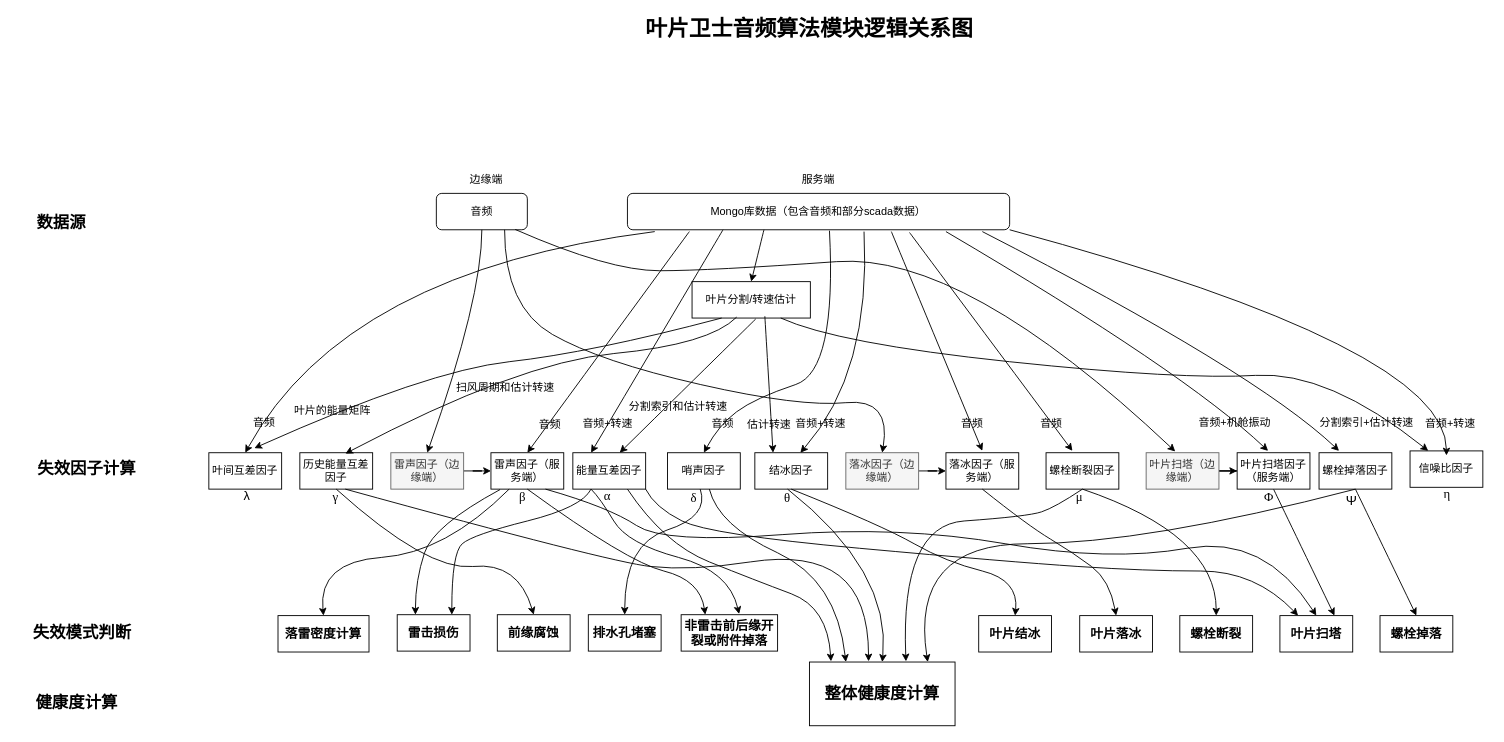
Earlier version of the draw.io diagram doc/Untitled Diagram.drawio (Davidlee2017/aria2). Source tidied: cells renumbered, new cells numbered last; positions are measured from the earlier drawing's top-left corner, leaving out a move shared by most shapes. Both pictures are drawn from the tidied source at 91%, with x=0, y=0 at pixel (15, 15).
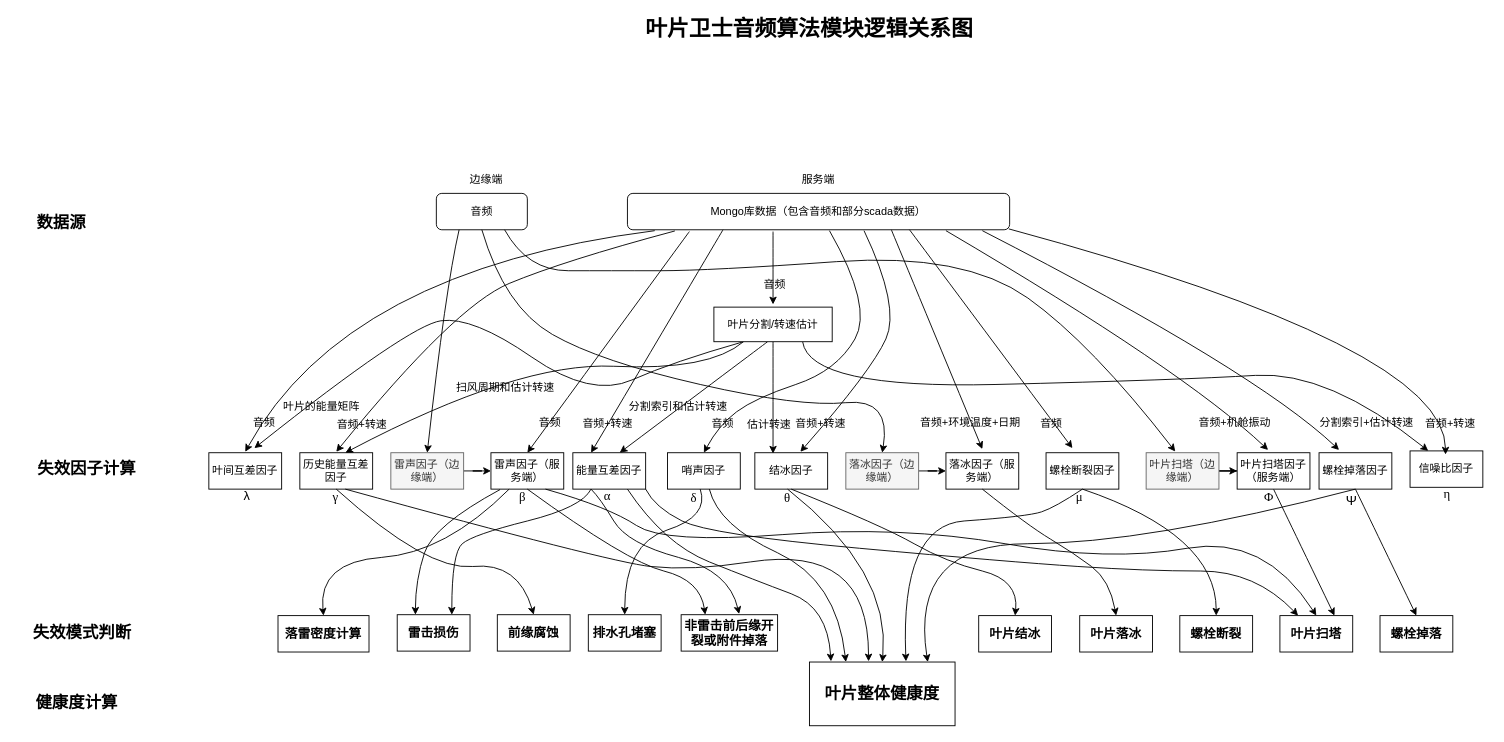
After the change.

Unchanged cells that the change refers to:
```xml
<mxCell id="2" value="信噪比因子" style="rounded=0;whiteSpace=wrap;html=1;" parent="1" vertex="1">
  <mxGeometry x="1532" y="478" width="80" height="40" as="geometry" />
</mxCell>
<mxCell id="4" value="叶间互差因子" style="rounded=0;whiteSpace=wrap;html=1;" parent="1" vertex="1">
  <mxGeometry x="212" y="480" width="80" height="40" as="geometry" />
</mxCell>
<mxCell id="7" value="雷声因子（边缘端）" style="rounded=0;whiteSpace=wrap;html=1;fillColor=#f5f5f5;fontColor=#333333;strokeColor=#666666;" parent="1" vertex="1">
  <mxGeometry x="412" y="480" width="80" height="40" as="geometry" />
</mxCell>
<mxCell id="9" value="哨声因子" style="rounded=0;whiteSpace=wrap;html=1;" parent="1" vertex="1">
  <mxGeometry x="716" y="480" width="80" height="40" as="geometry" />
</mxCell>
<mxCell id="10" value="结冰因子" style="rounded=0;whiteSpace=wrap;html=1;" parent="1" vertex="1">
  <mxGeometry x="812" y="480" width="80" height="40" as="geometry" />
</mxCell>
<mxCell id="12" value="落冰因子（边缘端）" style="rounded=0;whiteSpace=wrap;html=1;fillColor=#f5f5f5;fontColor=#333333;strokeColor=#666666;" parent="1" vertex="1">
  <mxGeometry x="912" y="480" width="80" height="40" as="geometry" />
</mxCell>
<mxCell id="17" value="叶片扫塔（边缘端）" style="rounded=0;whiteSpace=wrap;html=1;fillColor=#f5f5f5;fontColor=#333333;strokeColor=#666666;" parent="1" vertex="1">
  <mxGeometry x="1242" y="480" width="80" height="40" as="geometry" />
</mxCell>
<mxCell id="29" value="音频" style="rounded=1;whiteSpace=wrap;html=1;" parent="1" vertex="1">
  <mxGeometry x="462" y="195" width="100" height="40" as="geometry" />
</mxCell>
```

What changed in the source:
```diff
@@
-    <mxCell id="3" value="叶片分割/转速估计" style="rounded=0;whiteSpace=wrap;html=1;" parent="1" vertex="1">
-      <mxGeometry x="743" y="292" width="130" height="40" as="geometry" />
-    </mxCell>
@@
-    <mxCell id="26" value="&lt;font style=&quot;font-size: 18px&quot;&gt;&lt;b&gt;整体健康度计算&lt;/b&gt;&lt;/font&gt;" style="rounded=0;whiteSpace=wrap;html=1;" parent="1" vertex="1">
+    <mxCell id="26" value="&lt;font style=&quot;font-size: 18px&quot;&gt;&lt;b&gt;叶片整体健康度&lt;/b&gt;&lt;/font&gt;" style="rounded=0;whiteSpace=wrap;html=1;" parent="1" vertex="1">
       <mxGeometry x="872" y="710" width="160" height="70" as="geometry" />
     </mxCell>
@@
-    <mxCell id="67" style="curved=1;endArrow=classic;html=1;rounded=0;fontSize=18;exitX=0.5;exitY=1;exitDx=0;exitDy=0;entryX=0.5;entryY=0;entryDx=0;entryDy=0;" parent="1" edge="1" source="29" target="7">
+    <mxCell id="67" style="curved=1;endArrow=classic;html=1;rounded=0;fontSize=18;entryX=0.5;entryY=0;entryDx=0;entryDy=0;exitX=0.25;exitY=1;exitDx=0;exitDy=0;" parent="1" edge="1" source="29" target="7">
       <mxGeometry relative="1" as="geometry">
         <Array as="points">
-          <mxPoint x="512" y="310" />
+          <mxPoint x="472" y="300" />
         </Array>
       </mxGeometry>
     </mxCell>
-    <mxCell id="68" style="curved=1;endArrow=classic;html=1;rounded=0;fontSize=18;entryX=0.5;entryY=0;entryDx=0;entryDy=0;exitX=0.75;exitY=1;exitDx=0;exitDy=0;" parent="1" edge="1" source="29" target="12">
+    <mxCell id="68" style="curved=1;endArrow=classic;html=1;rounded=0;fontSize=18;entryX=0.5;entryY=0;entryDx=0;entryDy=0;exitX=0.5;exitY=1;exitDx=0;exitDy=0;" parent="1" edge="1" source="29" target="12">
       <mxGeometry relative="1" as="geometry">
         <Array as="points">
           <mxPoint x="537" y="320" />
           <mxPoint x="642" y="380" />
           <mxPoint x="862" y="430" />
           <mxPoint x="962" y="420" />
         </Array>
       </mxGeometry>
     </mxCell>
-    <mxCell id="69" style="curved=1;endArrow=classic;html=1;rounded=0;fontSize=18;entryX=0.5;entryY=0;entryDx=0;entryDy=0;" parent="1" edge="1" target="3">
+    <mxCell id="69" style="curved=1;endArrow=classic;html=1;rounded=0;fontSize=18;" parent="1" edge="1">
       <mxGeometry relative="1" as="geometry">
-        <mxPoint x="822" y="235" as="sourcePoint" />
+        <mxPoint x="832" y="237" as="sourcePoint" />
+        <mxPoint x="832" y="317" as="targetPoint" />
       </mxGeometry>
     </mxCell>
     <mxCell id="70" style="curved=1;endArrow=classic;html=1;rounded=0;fontSize=18;exitX=0.75;exitY=1;exitDx=0;exitDy=0;entryX=0.25;entryY=0;entryDx=0;entryDy=0;" parent="1" edge="1" source="3" target="2">
       <mxGeometry relative="1" as="geometry">
         <Array as="points">
-          <mxPoint x="902" y="360" />
+          <mxPoint x="872" y="410" />
           <mxPoint x="1282" y="400" />
           <mxPoint x="1442" y="390" />
         </Array>
       </mxGeometry>
     </mxCell>
-    <mxCell id="71" style="curved=1;endArrow=classic;html=1;rounded=0;fontSize=18;" parent="1" edge="1">
+    <mxCell id="71" style="curved=1;endArrow=classic;html=1;rounded=0;fontSize=18;exitX=0.25;exitY=1;exitDx=0;exitDy=0;" parent="1" edge="1" source="3">
       <mxGeometry relative="1" as="geometry">
-        <mxPoint x="792" y="331" as="sourcePoint" />
-        <mxPoint x="362" y="481" as="targetPoint" />
+        <mxPoint x="362" y="480" as="targetPoint" />
         <Array as="points">
-          <mxPoint x="762" y="361" />
-          <mxPoint x="552" y="381" />
+          <mxPoint x="762" y="390" />
+          <mxPoint x="552" y="380" />
         </Array>
       </mxGeometry>
     </mxCell>
     <mxCell id="72" style="curved=1;endArrow=classic;html=1;rounded=0;fontSize=18;exitX=0.25;exitY=1;exitDx=0;exitDy=0;" parent="1" edge="1" source="3">
       <mxGeometry relative="1" as="geometry">
         <mxPoint x="262" y="475" as="targetPoint" />
         <Array as="points">
-          <mxPoint x="632" y="370" />
-          <mxPoint x="452" y="390" />
+          <mxPoint x="722" y="380" />
+          <mxPoint x="632" y="420" />
+          <mxPoint x="502" y="330" />
+          <mxPoint x="432" y="340" />
         </Array>
       </mxGeometry>
     </mxCell>
@@
-    <mxCell id="74" style="curved=1;endArrow=classic;html=1;rounded=0;fontSize=18;entryX=0.4;entryY=-0.033;entryDx=0;entryDy=0;entryPerimeter=0;exitX=0.867;exitY=0.992;exitDx=0;exitDy=0;exitPerimeter=0;" parent="1" edge="1" source="29" target="17">
+    <mxCell id="74" style="curved=1;endArrow=classic;html=1;rounded=0;fontSize=18;entryX=0.4;entryY=-0.033;entryDx=0;entryDy=0;entryPerimeter=0;exitX=0.75;exitY=1;exitDx=0;exitDy=0;" parent="1" edge="1" source="29" target="17">
       <mxGeometry relative="1" as="geometry">
         <Array as="points">
+          <mxPoint x="562" y="280" />
           <mxPoint x="652" y="280" />
           <mxPoint x="762" y="280" />
           <mxPoint x="1042" y="260" />
+          <mxPoint x="1182" y="360" />
         </Array>
       </mxGeometry>
     </mxCell>
     <mxCell id="75" value="&lt;font style=&quot;font-size: 12px&quot;&gt;叶片的能量矩阵&lt;/font&gt;" style="text;whiteSpace=wrap;html=1;fontSize=18;" parent="1" vertex="1">
-      <mxGeometry x="304" y="415" width="100" height="30" as="geometry" />
+      <mxGeometry x="292" y="410" width="100" height="30" as="geometry" />
     </mxCell>
-    <mxCell id="76" style="curved=1;endArrow=classic;html=1;rounded=0;fontSize=18;entryX=0.5;entryY=0;entryDx=0;entryDy=0;" parent="1" edge="1" target="4">
+    <mxCell id="76" style="curved=1;endArrow=classic;html=1;rounded=0;fontSize=18;entryX=0.5;entryY=0;entryDx=0;entryDy=0;" parent="1" edge="1">
       <mxGeometry relative="1" as="geometry">
-        <mxPoint x="702" y="237" as="sourcePoint" />
+        <mxPoint x="702" y="236" as="sourcePoint" />
+        <mxPoint x="252" y="479" as="targetPoint" />
         <Array as="points">
-          <mxPoint x="362" y="280" />
+          <mxPoint x="362" y="279" />
         </Array>
       </mxGeometry>
     </mxCell>
@@
-    <mxCell id="79" style="curved=1;endArrow=classic;html=1;rounded=0;fontSize=18;entryX=0.75;entryY=1;entryDx=0;entryDy=0;" parent="1" edge="1">
+    <mxCell id="79" style="curved=1;endArrow=classic;html=1;rounded=0;fontSize=18;entryX=0.75;entryY=1;entryDx=0;entryDy=0;exitX=0.454;exitY=1;exitDx=0;exitDy=0;exitPerimeter=0;" parent="1" edge="1" source="3">
       <mxGeometry relative="1" as="geometry">
-        <mxPoint x="813" y="333" as="sourcePoint" />
         <mxPoint x="663.5" y="480" as="targetPoint" />
       </mxGeometry>
     </mxCell>
@@
     <mxCell id="82" style="curved=1;endArrow=classic;html=1;rounded=0;fontSize=18;entryX=0.5;entryY=0;entryDx=0;entryDy=0;" parent="1" edge="1" target="9">
       <mxGeometry relative="1" as="geometry">
         <mxPoint x="894" y="236" as="sourcePoint" />
         <Array as="points">
+          <mxPoint x="942" y="320" />
           <mxPoint x="902" y="390" />
           <mxPoint x="812" y="420" />
           <mxPoint x="772" y="450" />
         </Array>
       </mxGeometry>
     </mxCell>
     <mxCell id="83" style="curved=1;endArrow=classic;html=1;rounded=0;fontSize=18;" parent="1" edge="1">
       <mxGeometry relative="1" as="geometry">
-        <mxPoint x="932" y="237" as="sourcePoint" />
-        <mxPoint x="862" y="480" as="targetPoint" />
+        <mxPoint x="932" y="236" as="sourcePoint" />
+        <mxPoint x="862" y="479" as="targetPoint" />
         <Array as="points">
-          <mxPoint x="940" y="391" />
+          <mxPoint x="972" y="320" />
+          <mxPoint x="940" y="390" />
         </Array>
       </mxGeometry>
     </mxCell>
-    <mxCell id="84" style="curved=1;endArrow=classic;html=1;rounded=0;fontSize=18;entryX=0.25;entryY=0;entryDx=0;entryDy=0;" parent="1" edge="1" target="10">
+    <mxCell id="84" style="curved=1;endArrow=classic;html=1;rounded=0;fontSize=18;entryX=0.25;entryY=0;entryDx=0;entryDy=0;startArrow=none;" parent="1" edge="1" source="3">
       <mxGeometry relative="1" as="geometry">
-        <mxPoint x="823" y="330" as="sourcePoint" />
+        <mxPoint x="832" y="481" as="targetPoint" />
       </mxGeometry>
     </mxCell>
@@
     <mxCell id="86" style="curved=1;endArrow=classic;html=1;rounded=0;fontSize=18;entryX=0.5;entryY=0;entryDx=0;entryDy=0;" parent="1" edge="1">
       <mxGeometry relative="1" as="geometry">
-        <mxPoint x="962" y="237" as="sourcePoint" />
-        <mxPoint x="1062" y="478" as="targetPoint" />
+        <mxPoint x="962" y="235" as="sourcePoint" />
+        <mxPoint x="1062" y="476" as="targetPoint" />
       </mxGeometry>
     </mxCell>
     <mxCell id="87" style="curved=1;endArrow=classic;html=1;rounded=0;fontSize=18;entryX=0.5;entryY=0;entryDx=0;entryDy=0;" parent="1" edge="1">
       <mxGeometry relative="1" as="geometry">
-        <mxPoint x="982" y="238" as="sourcePoint" />
-        <mxPoint x="1161" y="478" as="targetPoint" />
+        <mxPoint x="982" y="235" as="sourcePoint" />
+        <mxPoint x="1161" y="475" as="targetPoint" />
       </mxGeometry>
     </mxCell>
     <mxCell id="88" style="curved=1;endArrow=classic;html=1;rounded=0;fontSize=18;entryX=0.5;entryY=0;entryDx=0;entryDy=0;" parent="1" edge="1">
       <mxGeometry relative="1" as="geometry">
-        <mxPoint x="1022" y="237" as="sourcePoint" />
-        <mxPoint x="1376" y="478" as="targetPoint" />
+        <mxPoint x="1022" y="236" as="sourcePoint" />
+        <mxPoint x="1376" y="477" as="targetPoint" />
         <Array as="points">
-          <mxPoint x="1284" y="391" />
+          <mxPoint x="1284" y="390" />
         </Array>
       </mxGeometry>
     </mxCell>
     <mxCell id="89" style="curved=1;endArrow=classic;html=1;rounded=0;fontSize=18;entryX=0.5;entryY=0;entryDx=0;entryDy=0;" parent="1" edge="1">
       <mxGeometry relative="1" as="geometry">
-        <mxPoint x="1062" y="237" as="sourcePoint" />
-        <mxPoint x="1454" y="478" as="targetPoint" />
+        <mxPoint x="1062" y="236" as="sourcePoint" />
+        <mxPoint x="1454" y="477" as="targetPoint" />
         <Array as="points">
-          <mxPoint x="1362" y="391" />
+          <mxPoint x="1362" y="390" />
         </Array>
       </mxGeometry>
     </mxCell>
     <mxCell id="90" style="curved=1;endArrow=classic;html=1;rounded=0;fontSize=18;exitX=1;exitY=0.875;exitDx=0;exitDy=0;entryX=0.5;entryY=0;entryDx=0;entryDy=0;exitPerimeter=0;" parent="1" edge="1">
       <mxGeometry relative="1" as="geometry">
-        <mxPoint x="1092" y="235" as="sourcePoint" />
-        <mxPoint x="1572" y="483" as="targetPoint" />
+        <mxPoint x="1091" y="234" as="sourcePoint" />
+        <mxPoint x="1571" y="482" as="targetPoint" />
         <Array as="points">
-          <mxPoint x="1572" y="365" />
+          <mxPoint x="1571" y="364" />
         </Array>
       </mxGeometry>
     </mxCell>
@@
     <mxCell id="94" value="&lt;font style=&quot;font-size: 12px&quot;&gt;音频&lt;/font&gt;" style="text;whiteSpace=wrap;html=1;fontSize=18;" parent="1" vertex="1">
-      <mxGeometry x="573" y="430" width="30" height="30" as="geometry" />
+      <mxGeometry x="573" y="428" width="30" height="30" as="geometry" />
     </mxCell>
@@
-    <mxCell id="98" value="&lt;font style=&quot;font-size: 12px&quot;&gt;音频&lt;/font&gt;" style="text;whiteSpace=wrap;html=1;fontSize=18;" parent="1" vertex="1">
-      <mxGeometry x="1037" y="429" width="30" height="30" as="geometry" />
+    <mxCell id="98" value="&lt;font style=&quot;font-size: 12px&quot;&gt;音频+环境温度+日期&lt;/font&gt;" style="text;whiteSpace=wrap;html=1;fontSize=18;" parent="1" vertex="1">
+      <mxGeometry x="992" y="428" width="120" height="30" as="geometry" />
     </mxCell>
@@
+    <mxCell id="103" style="curved=1;endArrow=classic;html=1;rounded=0;fontSize=18;exitX=0.124;exitY=1.058;exitDx=0;exitDy=0;entryX=0.5;entryY=0;entryDx=0;entryDy=0;exitPerimeter=0;" parent="1" edge="1">
+      <mxGeometry relative="1" as="geometry">
+        <mxPoint x="724.1" y="236.3" as="sourcePoint" />
+        <mxPoint x="352" y="479" as="targetPoint" />
+        <Array as="points">
+          <mxPoint x="602" y="269" />
+          <mxPoint x="482" y="319" />
+        </Array>
+      </mxGeometry>
+    </mxCell>
+    <mxCell id="104" value="&lt;font style=&quot;font-size: 12px&quot;&gt;音频+转速&lt;/font&gt;" style="text;whiteSpace=wrap;html=1;fontSize=18;" parent="1" vertex="1">
+      <mxGeometry x="351" y="430" width="58" height="30" as="geometry" />
+    </mxCell>
+    <mxCell id="3" value="叶片分割/转速估计" style="rounded=0;whiteSpace=wrap;html=1;" parent="1" vertex="1">
+      <mxGeometry x="767" y="320" width="130" height="38" as="geometry" />
+    </mxCell>
+    <mxCell id="105" value="&lt;font style=&quot;font-size: 12px&quot;&gt;音频&lt;/font&gt;" style="text;whiteSpace=wrap;html=1;fontSize=18;" parent="1" vertex="1">
+      <mxGeometry x="820" y="277" width="30" height="30" as="geometry" />
+    </mxCell>
```
